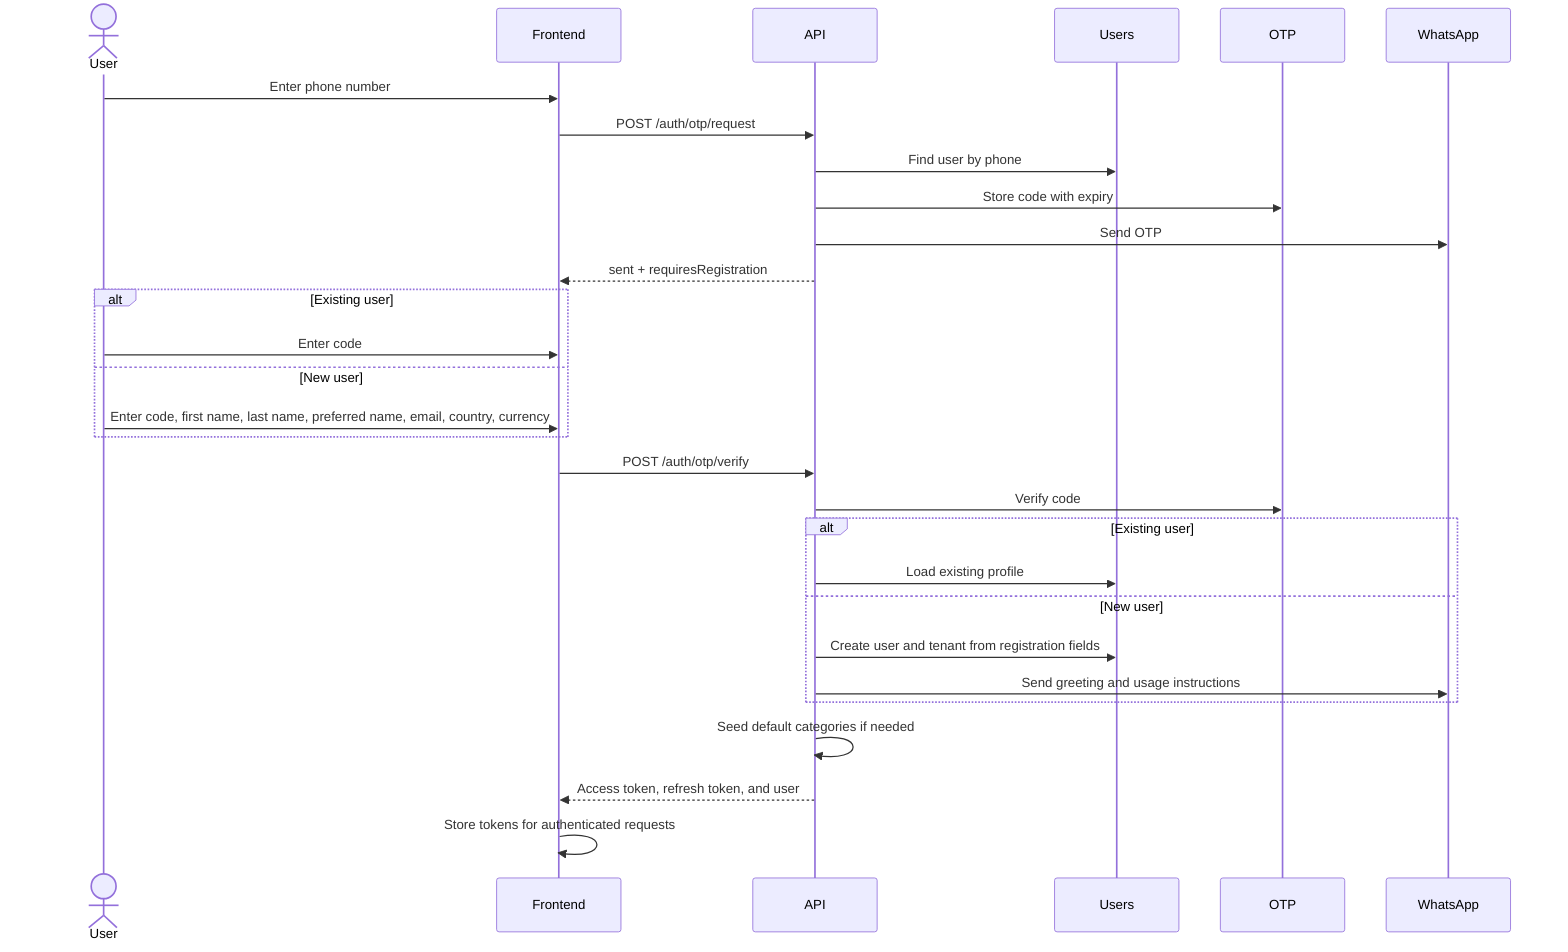
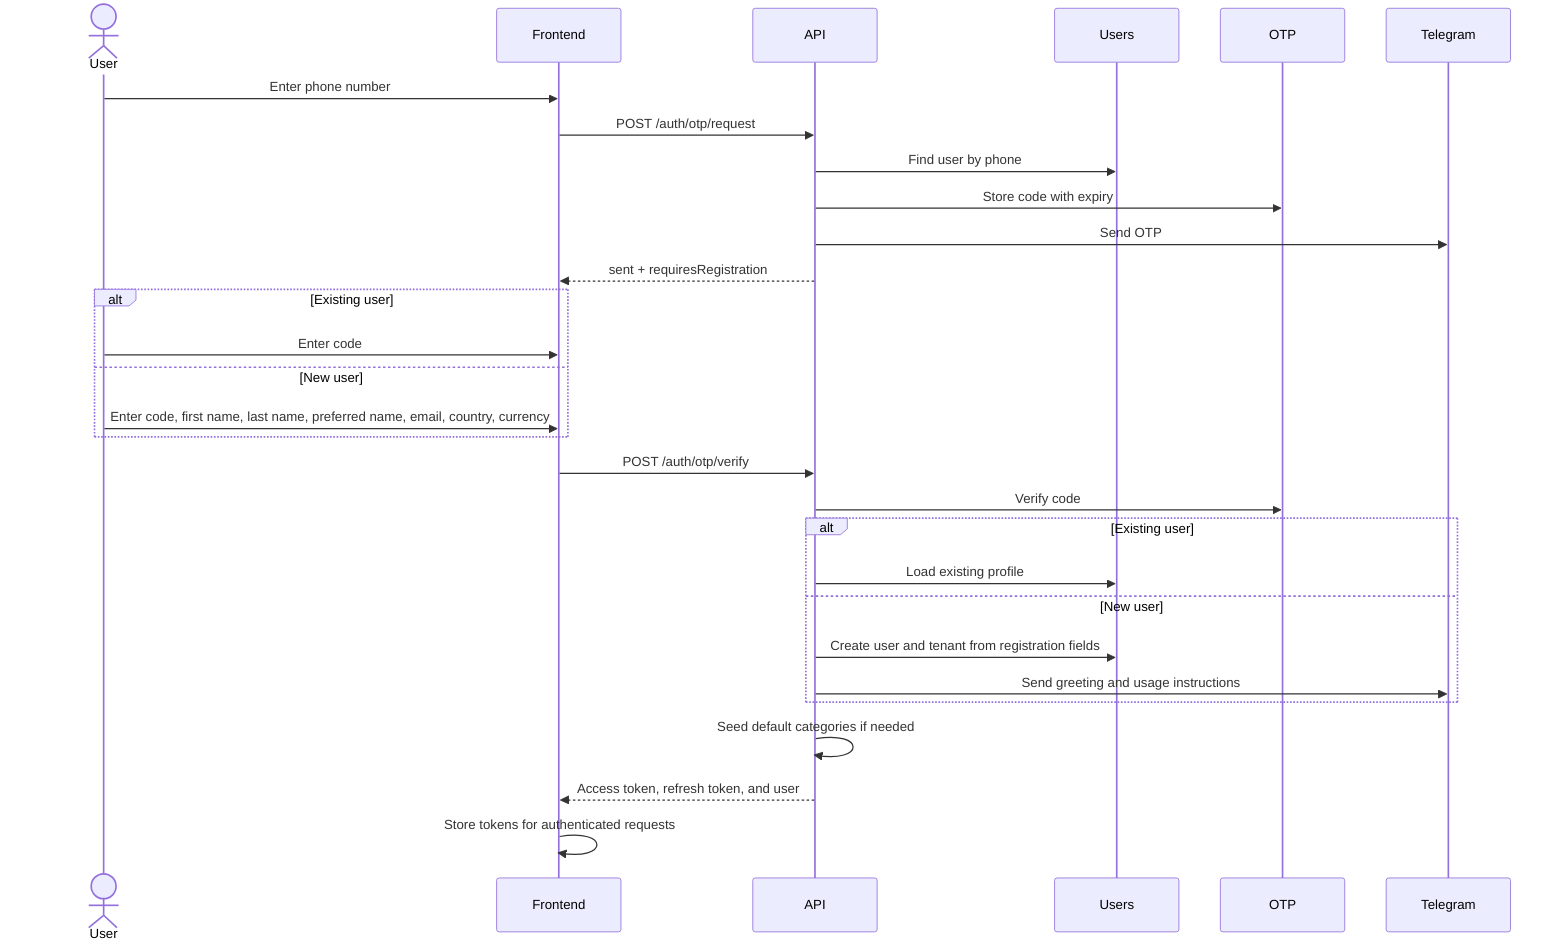
sequenceDiagram
  actor User
  participant Frontend
  participant API
  participant Users
  participant OTP
-   participant WhatsApp
+   participant Telegram
  User->>Frontend: Enter phone number
  Frontend->>API: POST /auth/otp/request
  API->>Users: Find user by phone
  API->>OTP: Store code with expiry
-   API->>WhatsApp: Send OTP
+   API->>Telegram: Send OTP
  API-->>Frontend: sent + requiresRegistration
  alt Existing user
    User->>Frontend: Enter code
  else New user
    User->>Frontend: Enter code, first name, last name, preferred name, email, country, currency
  end
  Frontend->>API: POST /auth/otp/verify
  API->>OTP: Verify code
  alt Existing user
    API->>Users: Load existing profile
  else New user
    API->>Users: Create user and tenant from registration fields
-     API->>WhatsApp: Send greeting and usage instructions
+     API->>Telegram: Send greeting and usage instructions
  end
  API->>API: Seed default categories if needed
  API-->>Frontend: Access token, refresh token, and user
  Frontend->>Frontend: Store tokens for authenticated requests
